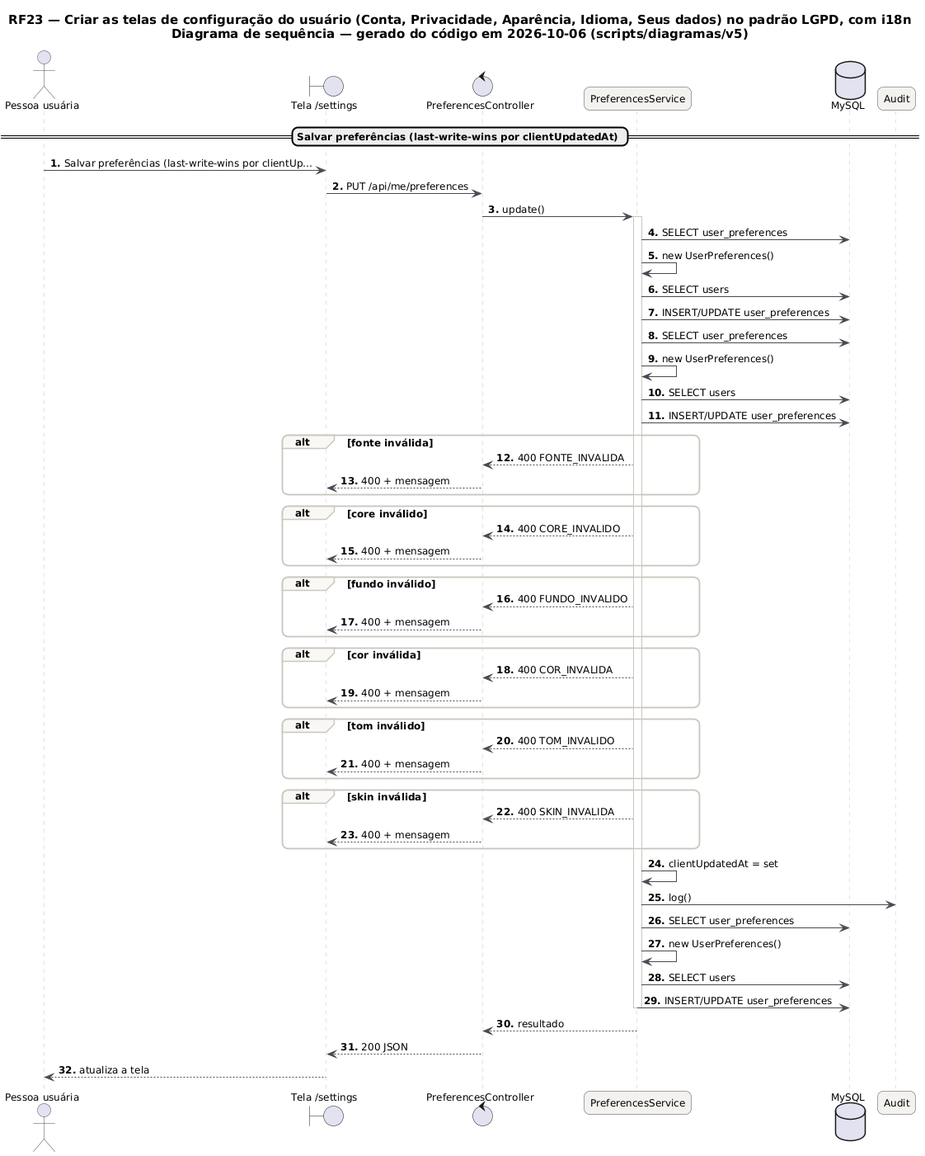
The PlantUML diagram docs/diagramas/RF23/RF23_Sequencia.png in MatheusHaliski/tcc-2026-fashion-ai-backend, before a commit. Its diagram source:
```plantuml
@startuml RF23_Sequencia
skinparam backgroundColor #FFFFFF
skinparam shadowing false
skinparam defaultFontName "DejaVu Sans"
skinparam defaultFontSize 12
skinparam titleFontSize 15
skinparam roundcorner 14
skinparam ArrowColor #52606D
skinparam note {
  BackgroundColor #FFFDEB
  BorderColor #D8CE78
  FontColor #554F24
}
skinparam sequence {
  ArrowColor #4A4852
  LifeLineBorderColor #CBC6BE
  ParticipantBackgroundColor #F4F2EF
  ParticipantBorderColor #4A4852
  ActorBorderColor #4A4852
  GroupBorderColor #CBC6BE
  GroupBackgroundColor #FAF8F5
}
autonumber "<b>0."
title RF23 — Criar as telas de configuração do usuário (Conta, Privacidade, Aparência, Idioma, Seus dados) no padrão LGPD, com i18n\nDiagrama de sequência — gerado do código em 2026-10-06 (scripts/diagramas/v5)

actor "Pessoa usuária" as U
boundary "Tela /settings" as P
control "PreferencesController" as PreferencesController
participant "PreferencesService" as PreferencesService
database "MySQL" as DB_MySQL
participant "Audit" as Audit
== Salvar preferências (last-write-wins por clientUpdatedAt) ==
U -> P : Salvar preferências (last-write-wins por clientUp…
P -> PreferencesController : PUT /api/me/preferences
PreferencesController -> PreferencesService : update()
activate PreferencesService
PreferencesService -> DB_MySQL : SELECT user_preferences
PreferencesService -> PreferencesService : new UserPreferences()
PreferencesService -> DB_MySQL : SELECT users
PreferencesService -> DB_MySQL : INSERT/UPDATE user_preferences
PreferencesService -> DB_MySQL : SELECT user_preferences
PreferencesService -> PreferencesService : new UserPreferences()
PreferencesService -> DB_MySQL : SELECT users
PreferencesService -> DB_MySQL : INSERT/UPDATE user_preferences
alt fonte inválida
PreferencesService --> PreferencesController : 400 FONTE_INVALIDA
PreferencesController --> P : 400 + mensagem
end
alt core inválido
PreferencesService --> PreferencesController : 400 CORE_INVALIDO
PreferencesController --> P : 400 + mensagem
end
alt fundo inválido
PreferencesService --> PreferencesController : 400 FUNDO_INVALIDO
PreferencesController --> P : 400 + mensagem
end
alt cor inválida
PreferencesService --> PreferencesController : 400 COR_INVALIDA
PreferencesController --> P : 400 + mensagem
end
alt tom inválido
PreferencesService --> PreferencesController : 400 TOM_INVALIDO
PreferencesController --> P : 400 + mensagem
end
alt skin inválida
PreferencesService --> PreferencesController : 400 SKIN_INVALIDA
PreferencesController --> P : 400 + mensagem
end
PreferencesService -> PreferencesService : clientUpdatedAt = set
PreferencesService -> Audit : log()
PreferencesService -> DB_MySQL : SELECT user_preferences
PreferencesService -> PreferencesService : new UserPreferences()
PreferencesService -> DB_MySQL : SELECT users
PreferencesService -> DB_MySQL : INSERT/UPDATE user_preferences
deactivate PreferencesService
PreferencesService --> PreferencesController : resultado
PreferencesController --> P : 200 JSON
P --> U : atualiza a tela
@enduml
```
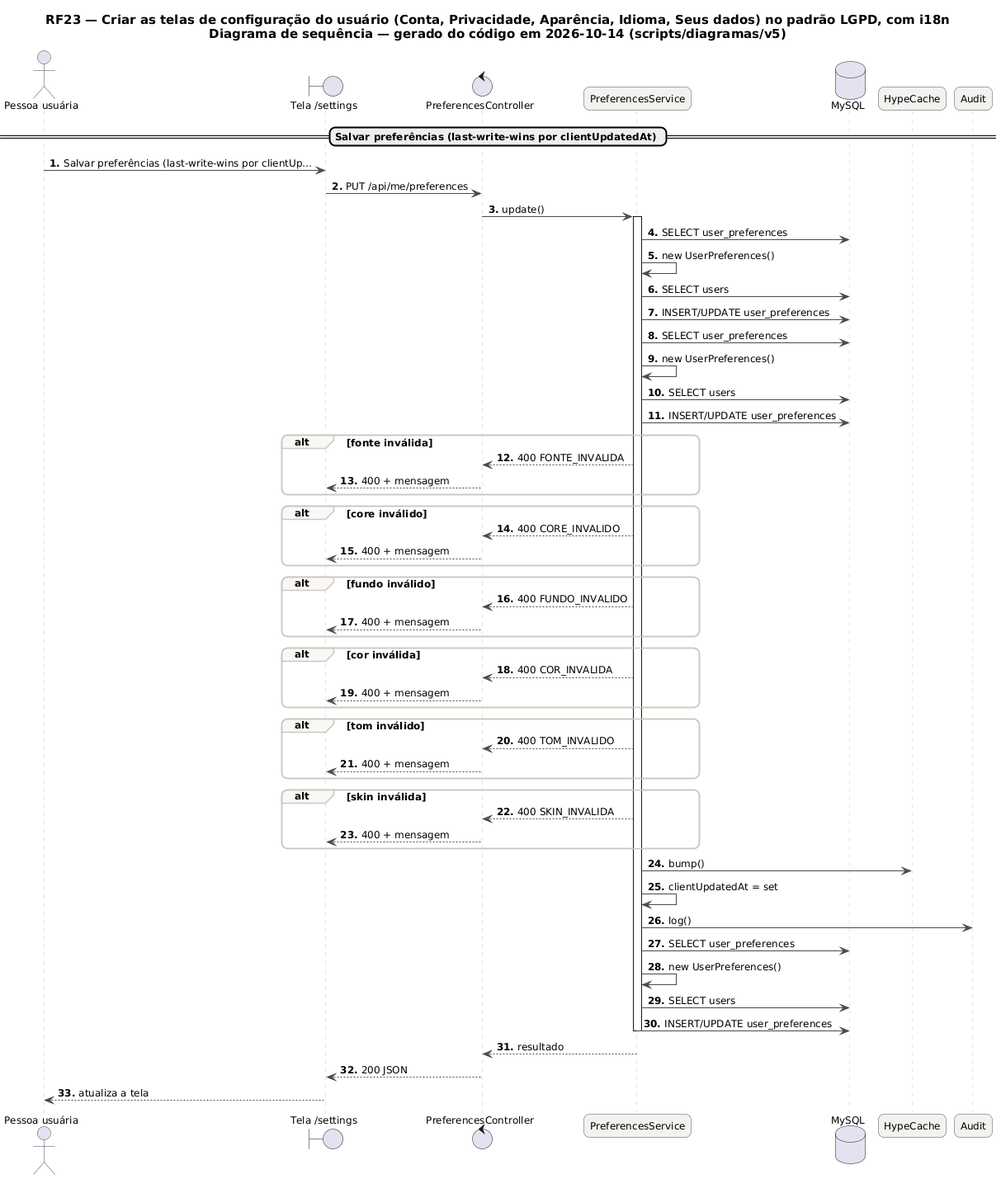
The same diagram one commit later.

What changed in the source:
```diff
@@ -21,13 +21,14 @@
   GroupBackgroundColor #FAF8F5
 }
 autonumber "<b>0."
-title RF23 — Criar as telas de configuração do usuário (Conta, Privacidade, Aparência, Idioma, Seus dados) no padrão LGPD, com i18n\nDiagrama de sequência — gerado do código em 2026-10-06 (scripts/diagramas/v5)
+title RF23 — Criar as telas de configuração do usuário (Conta, Privacidade, Aparência, Idioma, Seus dados) no padrão LGPD, com i18n\nDiagrama de sequência — gerado do código em 2026-10-14 (scripts/diagramas/v5)
 
 actor "Pessoa usuária" as U
 boundary "Tela /settings" as P
 control "PreferencesController" as PreferencesController
 participant "PreferencesService" as PreferencesService
 database "MySQL" as DB_MySQL
+participant "HypeCache" as HypeCache
 participant "Audit" as Audit
 == Salvar preferências (last-write-wins por clientUpdatedAt) ==
 U -> P : Salvar preferências (last-write-wins por clientUp…
@@ -66,6 +67,7 @@
 PreferencesService --> PreferencesController : 400 SKIN_INVALIDA
 PreferencesController --> P : 400 + mensagem
 end
+PreferencesService -> HypeCache : bump()
 PreferencesService -> PreferencesService : clientUpdatedAt = set
 PreferencesService -> Audit : log()
 PreferencesService -> DB_MySQL : SELECT user_preferences
```
